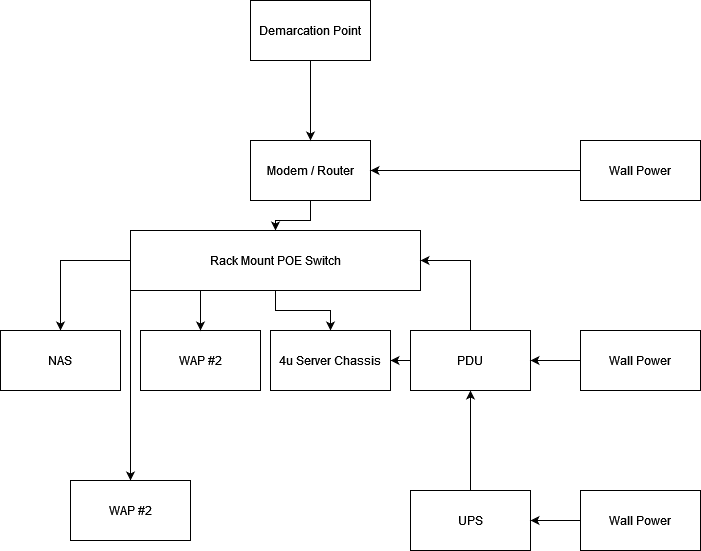
Earlier version of the draw.io export Untitled Diagram.drawio.png (KevinWongCS/RackBuild). Source tidied: cells renumbered, new cells last; positions are measured from the earlier drawing's top-left corner, leaving out a move shared by most shapes.
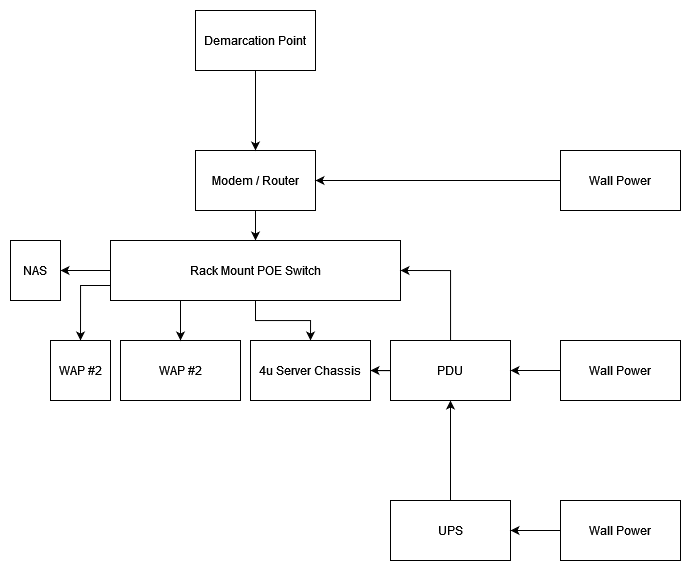
After the commit.

Change to the diagram source:
```diff
@@ -6,17 +6,17 @@
       <mxGeometry relative="1" as="geometry" />
     </mxCell>
     <mxCell id="3" value="Modem / Router" style="rounded=0;whiteSpace=wrap;html=1;" parent="1" vertex="1">
-      <mxGeometry x="250" y="140" width="120" height="60" as="geometry" />
+      <mxGeometry x="215" y="140" width="120" height="60" as="geometry" />
     </mxCell>
     <mxCell id="4" style="edgeStyle=orthogonalEdgeStyle;rounded=0;jettySize=auto;html=1;entryX=0.5;entryY=0;entryDx=0;entryDy=0;" parent="1" edge="1" source="7" target="17">
       <mxGeometry relative="1" as="geometry" />
     </mxCell>
+    <mxCell id="6" style="edgeStyle=orthogonalEdgeStyle;rounded=0;jettySize=auto;html=1;exitX=0;exitY=0.75;exitDx=0;exitDy=0;entryX=0.5;entryY=0;entryDx=0;entryDy=0;" parent="1" edge="1" source="7" target="25">
+      <mxGeometry relative="1" as="geometry" />
+    </mxCell>
-    <mxCell id="5" style="edgeStyle=orthogonalEdgeStyle;rounded=0;jettySize=auto;html=1;entryX=0.5;entryY=0;entryDx=0;entryDy=0;" parent="1" edge="1" source="7" target="20">
+    <mxCell id="5" style="edgeStyle=orthogonalEdgeStyle;rounded=0;jettySize=auto;html=1;entryX=1;entryY=0.5;entryDx=0;entryDy=0;" parent="1" edge="1" source="7" target="20">
       <mxGeometry relative="1" as="geometry" />
     </mxCell>
-    <mxCell id="6" style="edgeStyle=orthogonalEdgeStyle;rounded=0;jettySize=auto;html=1;exitX=0;exitY=1;exitDx=0;exitDy=0;entryX=0.5;entryY=0;entryDx=0;entryDy=0;" parent="1" edge="1" source="7" target="25">
-      <mxGeometry relative="1" as="geometry" />
-    </mxCell>
     <mxCell id="7" value="Rack Mount POE Switch" style="rounded=0;whiteSpace=wrap;html=1;" parent="1" vertex="1">
       <mxGeometry x="130" y="230" width="290" height="60" as="geometry" />
     </mxCell>
@@ -58,10 +58,10 @@
       <mxGeometry relative="1" as="geometry" />
     </mxCell>
     <mxCell id="19" value="Demarcation Point" style="rounded=0;whiteSpace=wrap;html=1;" parent="1" vertex="1">
-      <mxGeometry x="250" width="120" height="60" as="geometry" />
+      <mxGeometry x="215" width="120" height="60" as="geometry" />
     </mxCell>
     <mxCell id="20" value="NAS" style="rounded=0;whiteSpace=wrap;html=1;" parent="1" vertex="1">
-      <mxGeometry y="330" width="120" height="60" as="geometry" />
+      <mxGeometry x="30" y="230" width="50" height="60" as="geometry" />
     </mxCell>
     <mxCell id="21" style="edgeStyle=orthogonalEdgeStyle;rounded=0;jettySize=auto;html=1;entryX=1;entryY=0.5;entryDx=0;entryDy=0;" parent="1" edge="1" source="22" target="3">
       <mxGeometry relative="1" as="geometry" />
@@ -78,7 +78,7 @@
       </mxGeometry>
     </mxCell>
     <mxCell id="25" value="WAP #2" style="rounded=0;whiteSpace=wrap;html=1;" parent="1" vertex="1">
-      <mxGeometry x="70" y="480" width="120" height="60" as="geometry" />
+      <mxGeometry x="70" y="330" width="60" height="60" as="geometry" />
     </mxCell>
   </root>
 </mxGraphModel>
```
